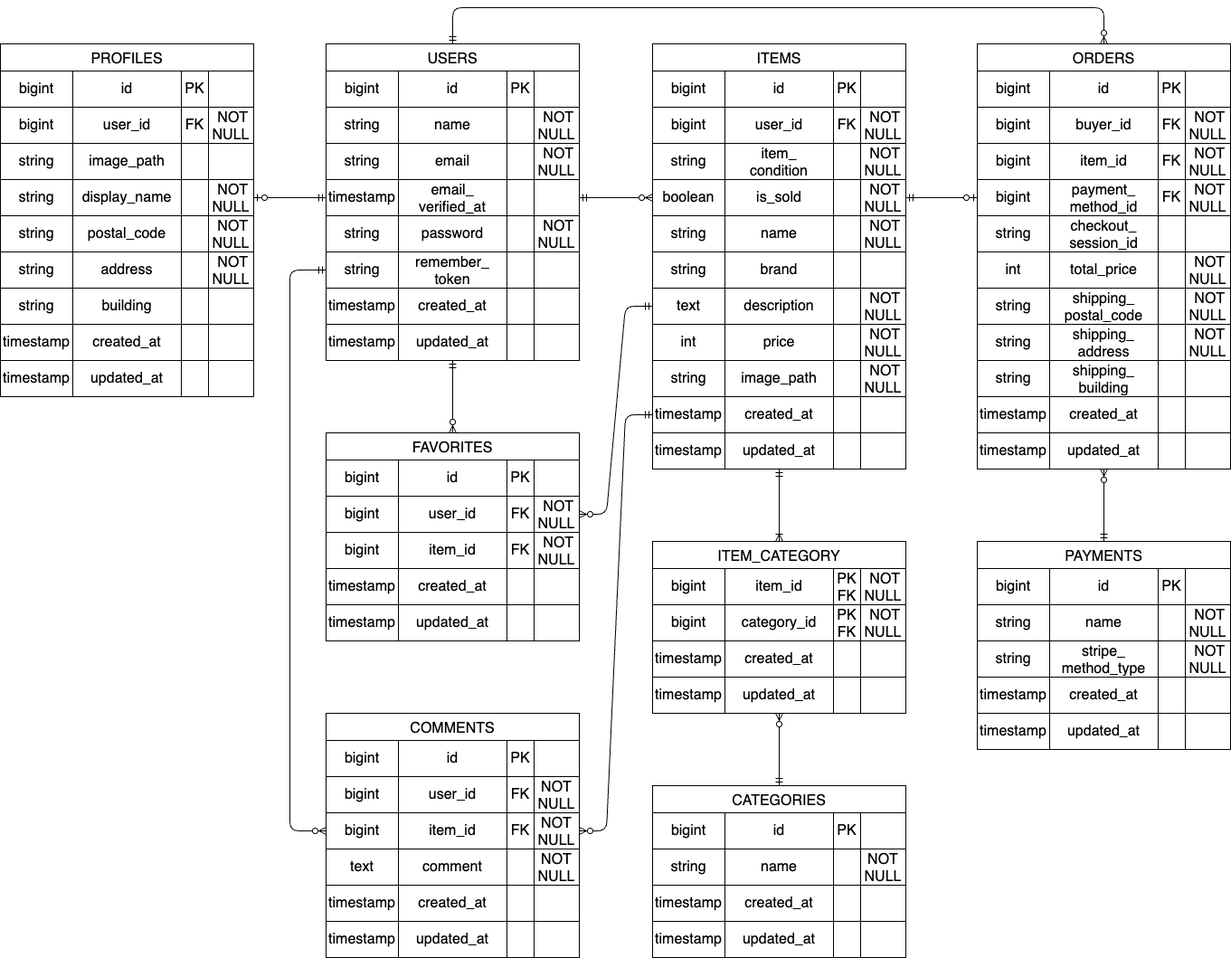
The draw.io diagram er.png in nekomajin-1017/exam-frema, before a commit. Source tidied: cells renumbered, new cells last; positions are measured from the earlier drawing's top-left corner, leaving out a move shared by most shapes.
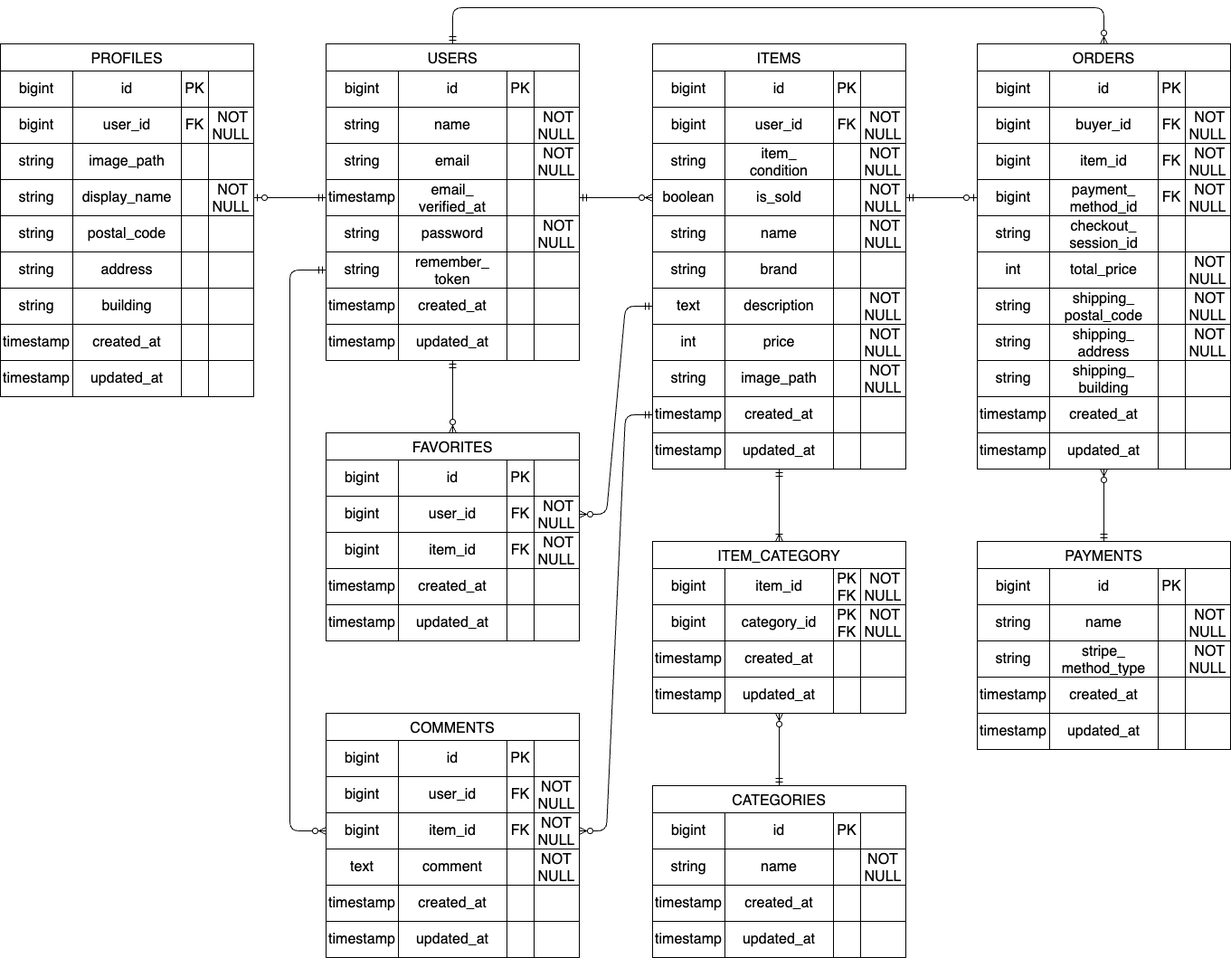
After the change.

Change to the diagram source:
```diff
@@ -77,7 +77,7 @@
     <mxCell id="26" style="shape=partialRectangle;html=1;whiteSpace=wrap;strokeColor=inherit;overflow=hidden;fillColor=none;top=0;left=0;bottom=0;right=0;fontSize=16;" parent="23" vertex="1">
       <mxGeometry x="200" width="30" height="40" as="geometry" />
     </mxCell>
-    <mxCell id="27" value="&lt;span style=&quot;color: rgb(0, 0, 0);&quot;&gt;&amp;nbsp;NOT&lt;/span&gt;&lt;br style=&quot;color: rgb(63, 63, 63); scrollbar-color: rgb(226, 226, 226) rgb(251, 251, 251);&quot;&gt;&lt;span style=&quot;color: rgb(0, 0, 0);&quot;&gt;NULL&lt;/span&gt;" style="shape=partialRectangle;html=1;whiteSpace=wrap;strokeColor=inherit;overflow=hidden;fillColor=none;top=0;left=0;bottom=0;right=0;fontSize=16;" parent="23" vertex="1">
+    <mxCell id="27" style="shape=partialRectangle;html=1;whiteSpace=wrap;strokeColor=inherit;overflow=hidden;fillColor=none;top=0;left=0;bottom=0;right=0;fontSize=16;" parent="23" vertex="1">
       <mxGeometry x="230" width="50" height="40" as="geometry" />
     </mxCell>
     <mxCell id="28" style="shape=tableRow;horizontal=0;startSize=0;swimlaneHead=0;swimlaneBody=0;strokeColor=inherit;top=0;left=0;bottom=0;right=0;fillColor=none;fontSize=16;" parent="2" vertex="1">
@@ -92,7 +92,7 @@
     <mxCell id="31" style="shape=partialRectangle;html=1;whiteSpace=wrap;strokeColor=inherit;overflow=hidden;fillColor=none;top=0;left=0;bottom=0;right=0;fontSize=16;" parent="28" vertex="1">
       <mxGeometry x="200" width="30" height="40" as="geometry" />
     </mxCell>
-    <mxCell id="32" value="&lt;span style=&quot;color: rgb(0, 0, 0);&quot;&gt;&amp;nbsp;NOT&lt;/span&gt;&lt;br style=&quot;color: rgb(63, 63, 63); scrollbar-color: rgb(226, 226, 226) rgb(251, 251, 251);&quot;&gt;&lt;span style=&quot;color: rgb(0, 0, 0);&quot;&gt;NULL&lt;/span&gt;" style="shape=partialRectangle;html=1;whiteSpace=wrap;strokeColor=inherit;overflow=hidden;fillColor=none;top=0;left=0;bottom=0;right=0;fontSize=16;" parent="28" vertex="1">
+    <mxCell id="32" style="shape=partialRectangle;html=1;whiteSpace=wrap;strokeColor=inherit;overflow=hidden;fillColor=none;top=0;left=0;bottom=0;right=0;fontSize=16;" parent="28" vertex="1">
       <mxGeometry x="230" width="50" height="40" as="geometry" />
     </mxCell>
     <mxCell id="33" style="shape=tableRow;horizontal=0;startSize=0;swimlaneHead=0;swimlaneBody=0;strokeColor=inherit;top=0;left=0;bottom=0;right=0;fillColor=none;fontSize=16;" parent="2" vertex="1">
```
